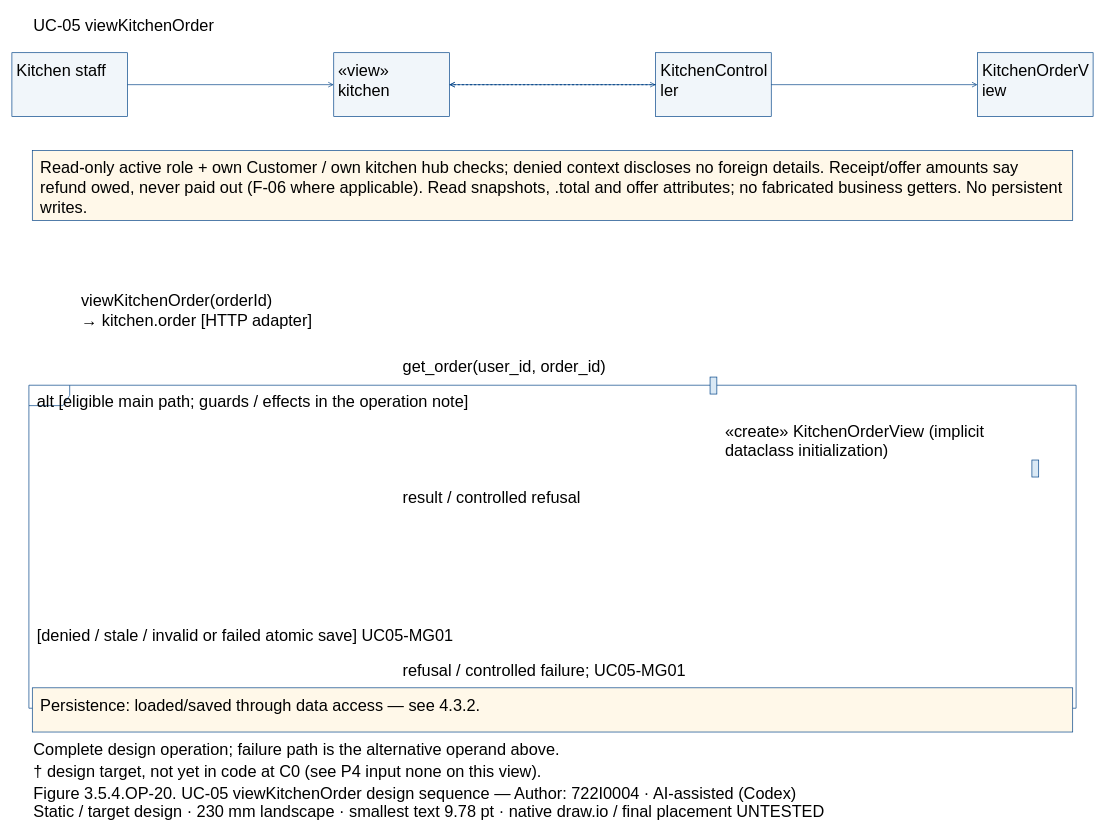
Dat071104/SaigonBite keeps this draw.io diagram as models/UC-05/seq_uc05_viewKitchenOrder.drawio. Above is the earlier version. Source tidied: cells renumbered, new cells numbered last; positions are measured from the earlier drawing's top-left corner, leaving out a move shared by most shapes. Both pictures are drawn from the tidied source at 68%, with x=0, y=0 at pixel (12, 12).
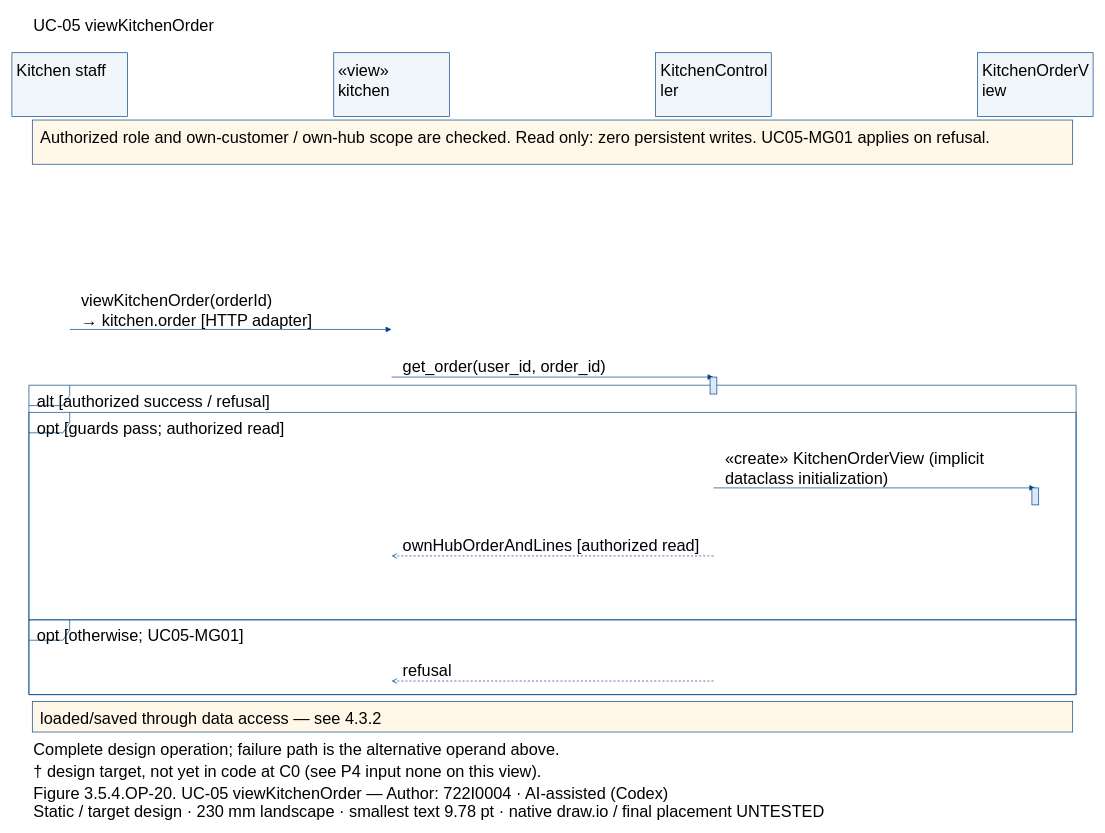
After the change.

The change refers to these unchanged cells:
```xml
<mxCell id="3" style="fillColor=#F1F6FA;strokeColor=#004387;fontFamily=Arial;fontSize=24;whiteSpace=wrap;html=0;" parent="1" vertex="1">
  <mxGeometry y="60" width="170" height="94" as="geometry" />
</mxCell>
<mxCell id="5" style="fillColor=#F1F6FA;strokeColor=#004387;fontFamily=Arial;fontSize=24;whiteSpace=wrap;html=0;" parent="1" vertex="1">
  <mxGeometry x="473.3" y="60" width="170" height="94" as="geometry" />
</mxCell>
<mxCell id="7" style="fillColor=#F1F6FA;strokeColor=#004387;fontFamily=Arial;fontSize=24;whiteSpace=wrap;html=0;" parent="1" vertex="1">
  <mxGeometry x="946.7" y="60" width="170" height="94" as="geometry" />
</mxCell>
<mxCell id="9" style="fillColor=#F1F6FA;strokeColor=#004387;fontFamily=Arial;fontSize=24;whiteSpace=wrap;html=0;" parent="1" vertex="1">
  <mxGeometry x="1420" y="60" width="170" height="94" as="geometry" />
</mxCell>
```

What changed in the source:
```diff
@@
-    <mxCell id="11" style="fillColor=white;strokeColor=#004387;shape=umlFrame;fillColor=none;fontFamily=Arial;fontSize=24;whiteSpace=wrap;html=0;" parent="1" vertex="1">
-      <mxGeometry x="25" y="549" width="1540" height="475" as="geometry" />
-    </mxCell>
-    <mxCell id="12" value="alt [eligible main path; guards / effects in the operation note]" style="text;align=left;verticalAlign=top;strokeColor=none;fillColor=none;fontFamily=Arial;fontSize=24;whiteSpace=wrap;html=0;" parent="1" vertex="1">
-      <mxGeometry x="35" y="552" width="1520" height="27.6" as="geometry" />
-    </mxCell>
-    <mxCell id="13" value="[denied / stale / invalid or failed atomic save] UC05-MG01" style="text;align=left;verticalAlign=top;strokeColor=none;fillColor=none;fontFamily=Arial;fontSize=24;whiteSpace=wrap;html=0;" parent="1" vertex="1">
-      <mxGeometry x="35" y="897" width="1520" height="27.6" as="geometry" />
-    </mxCell>
-    <mxCell id="14" style="fillColor=#FFF8E9;strokeColor=#004387;fontFamily=Arial;fontSize=24;whiteSpace=wrap;html=0;" parent="1" vertex="1">
-      <mxGeometry x="30" y="204" width="1530" height="102.8" as="geometry" />
-    </mxCell>
-    <mxCell id="15" value="Read-only active role + own Customer / own kitchen hub checks; denied context discloses no foreign details. Receipt/offer amounts say&#10;refund owed, never paid out (F-06 where applicable). Read snapshots, .total and offer attributes; no fabricated business getters. No persistent&#10;writes." style="text;align=left;verticalAlign=top;strokeColor=none;fillColor=none;fontFamily=Arial;fontSize=24;whiteSpace=wrap;html=0;" parent="1" vertex="1">
-      <mxGeometry x="40" y="209" width="1510" height="82.8" as="geometry" />
-    </mxCell>
-    <mxCell id="16" style="fillColor=#FFF8E9;strokeColor=#004387;fontFamily=Arial;fontSize=24;whiteSpace=wrap;html=0;" parent="1" vertex="1">
-      <mxGeometry x="30" y="994" width="1530" height="65" as="geometry" />
-    </mxCell>
-    <mxCell id="17" value="Persistence: loaded/saved through data access — see 4.3.2." style="text;align=left;verticalAlign=top;strokeColor=none;fillColor=none;fontFamily=Arial;fontSize=24;whiteSpace=wrap;html=0;" parent="1" vertex="1">
-      <mxGeometry x="40" y="999" width="1510" height="27.6" as="geometry" />
-    </mxCell>
-    <mxCell id="18" style="edgeStyle=none;endArrow=open;strokeColor=#004387;" parent="1" edge="1" source="3" target="5">
-      <mxGeometry relative="1" as="geometry" />
-    </mxCell>
+    <mxCell id="34" style="fillColor=white;strokeColor=#004387;shape=umlFrame;fillColor=none;fontFamily=Arial;fontSize=24;whiteSpace=wrap;html=0;" parent="1" vertex="1">
+      <mxGeometry x="25" y="549" width="1540" height="455" as="geometry" />
+    </mxCell>
+    <mxCell id="35" value="alt [authorized success / refusal]" style="text;align=left;verticalAlign=top;strokeColor=none;fillColor=none;fontFamily=Arial;fontSize=24;whiteSpace=wrap;html=0;" parent="1" vertex="1">
+      <mxGeometry x="35" y="552" width="1520" height="27.6" as="geometry" />
+    </mxCell>
+    <mxCell id="36" style="fillColor=white;strokeColor=#004387;shape=umlFrame;fillColor=none;fontFamily=Arial;fontSize=24;whiteSpace=wrap;html=0;" parent="1" vertex="1">
+      <mxGeometry x="25" y="589" width="1540" height="305" as="geometry" />
+    </mxCell>
+    <mxCell id="37" value="opt [guards pass; authorized read]" style="text;align=left;verticalAlign=top;strokeColor=none;fillColor=none;fontFamily=Arial;fontSize=24;whiteSpace=wrap;html=0;" parent="1" vertex="1">
+      <mxGeometry x="35" y="592" width="1520" height="27.6" as="geometry" />
+    </mxCell>
+    <mxCell id="38" style="fillColor=white;strokeColor=#004387;shape=umlFrame;fillColor=none;fontFamily=Arial;fontSize=24;whiteSpace=wrap;html=0;" parent="1" vertex="1">
+      <mxGeometry x="25" y="894" width="1540" height="110" as="geometry" />
+    </mxCell>
+    <mxCell id="39" value="opt [otherwise; UC05-MG01]" style="text;align=left;verticalAlign=top;strokeColor=none;fillColor=none;fontFamily=Arial;fontSize=24;whiteSpace=wrap;html=0;" parent="1" vertex="1">
+      <mxGeometry x="35" y="897" width="1520" height="27.6" as="geometry" />
+    </mxCell>
+    <mxCell id="40" style="fillColor=#FFF8E9;strokeColor=#004387;fontFamily=Arial;fontSize=24;whiteSpace=wrap;html=0;" parent="1" vertex="1">
+      <mxGeometry x="30" y="159" width="1530" height="65" as="geometry" />
+    </mxCell>
+    <mxCell id="41" value="Authorized role and own-customer / own-hub scope are checked. Read only: zero persistent writes. UC05-MG01 applies on refusal." style="text;align=left;verticalAlign=top;strokeColor=none;fillColor=none;fontFamily=Arial;fontSize=24;whiteSpace=wrap;html=0;" parent="1" vertex="1">
+      <mxGeometry x="40" y="164" width="1510" height="27.6" as="geometry" />
+    </mxCell>
+    <mxCell id="42" style="fillColor=#FFF8E9;strokeColor=#004387;fontFamily=Arial;fontSize=24;whiteSpace=wrap;html=0;" parent="1" vertex="1">
+      <mxGeometry x="30" y="1014" width="1530" height="45" as="geometry" />
+    </mxCell>
+    <mxCell id="43" value="loaded/saved through data access — see 4.3.2" style="text;align=left;verticalAlign=top;strokeColor=none;fillColor=none;fontFamily=Arial;fontSize=24;whiteSpace=wrap;html=0;" parent="1" vertex="1">
+      <mxGeometry x="40" y="1019" width="1510" height="27.6" as="geometry" />
+    </mxCell>
+    <mxCell id="44" style="opacity=0;strokeColor=none;fillColor=none;fontFamily=Arial;fontSize=24;whiteSpace=wrap;html=0;" parent="1" vertex="1">
+      <mxGeometry x="84.5" y="466.5" width="1" height="1" as="geometry" />
+    </mxCell>
+    <mxCell id="45" style="opacity=0;strokeColor=none;fillColor=none;fontFamily=Arial;fontSize=24;whiteSpace=wrap;html=0;" parent="1" vertex="1">
+      <mxGeometry x="557.8" y="466.5" width="1" height="1" as="geometry" />
+    </mxCell>
+    <mxCell id="46" style="edgeStyle=none;endArrow=block;endFill=1;strokeColor=#004387;exitX=0.5;exitY=0.5;exitPerimeter=0;entryX=0.5;entryY=0.5;entryPerimeter=0;" parent="1" edge="1" source="44" target="45">
+      <mxGeometry relative="1" as="geometry" />
+    </mxCell>
@@
-    <mxCell id="20" style="edgeStyle=none;endArrow=open;strokeColor=#004387;" parent="1" edge="1" source="5" target="7">
-      <mxGeometry relative="1" as="geometry" />
-    </mxCell>
+    <mxCell id="47" style="opacity=0;strokeColor=none;fillColor=none;fontFamily=Arial;fontSize=24;whiteSpace=wrap;html=0;" parent="1" vertex="1">
+      <mxGeometry x="557.8" y="536.5" width="1" height="1" as="geometry" />
+    </mxCell>
+    <mxCell id="48" style="opacity=0;strokeColor=none;fillColor=none;fontFamily=Arial;fontSize=24;whiteSpace=wrap;html=0;" parent="1" vertex="1">
+      <mxGeometry x="1031.2" y="536.5" width="1" height="1" as="geometry" />
+    </mxCell>
+    <mxCell id="49" style="edgeStyle=none;endArrow=block;endFill=1;strokeColor=#004387;exitX=0.5;exitY=0.5;exitPerimeter=0;entryX=0.5;entryY=0.5;entryPerimeter=0;" parent="1" edge="1" source="47" target="48">
+      <mxGeometry relative="1" as="geometry" />
+    </mxCell>
@@
-    <mxCell id="22" style="fillColor=#DAE9F5;strokeColor=#004387;fontFamily=Arial;fontSize=24;whiteSpace=wrap;html=0;" parent="1" vertex="1">
-      <mxGeometry x="1026.7" y="537" width="10" height="25" as="geometry" />
-    </mxCell>
-    <mxCell id="23" style="edgeStyle=none;endArrow=open;strokeColor=#004387;" parent="1" edge="1" source="7" target="9">
-      <mxGeometry relative="1" as="geometry" />
-    </mxCell>
+    <mxCell id="25" style="fillColor=#DAE9F5;strokeColor=#004387;fontFamily=Arial;fontSize=24;whiteSpace=wrap;html=0;" parent="1" vertex="1">
+      <mxGeometry x="1026.7" y="537" width="10" height="25" as="geometry" />
+    </mxCell>
+    <mxCell id="50" style="opacity=0;strokeColor=none;fillColor=none;fontFamily=Arial;fontSize=24;whiteSpace=wrap;html=0;" parent="1" vertex="1">
+      <mxGeometry x="1031.2" y="699.5" width="1" height="1" as="geometry" />
+    </mxCell>
+    <mxCell id="51" style="opacity=0;strokeColor=none;fillColor=none;fontFamily=Arial;fontSize=24;whiteSpace=wrap;html=0;" parent="1" vertex="1">
+      <mxGeometry x="1504.5" y="699.5" width="1" height="1" as="geometry" />
+    </mxCell>
+    <mxCell id="52" style="edgeStyle=none;endArrow=block;endFill=1;strokeColor=#004387;exitX=0.5;exitY=0.5;exitPerimeter=0;entryX=0.5;entryY=0.5;entryPerimeter=0;" parent="1" edge="1" source="50" target="51">
+      <mxGeometry relative="1" as="geometry" />
+    </mxCell>
     <mxCell id="24" value="«create» KitchenOrderView (implicit&#10;dataclass initialization)" style="text;align=left;verticalAlign=top;strokeColor=none;fillColor=none;fontFamily=Arial;fontSize=24;whiteSpace=wrap;html=0;" parent="1" vertex="1">
-      <mxGeometry x="1046.7" y="595.8" width="443.3" height="55.2" as="geometry" />
+      <mxGeometry x="1046.7" y="636.8" width="443.3" height="55.2" as="geometry" />
     </mxCell>
-    <mxCell id="25" style="fillColor=#DAE9F5;strokeColor=#004387;fontFamily=Arial;fontSize=24;whiteSpace=wrap;html=0;" parent="1" vertex="1">
-      <mxGeometry x="1500" y="659" width="10" height="25" as="geometry" />
-    </mxCell>
-    <mxCell id="26" style="edgeStyle=none;endArrow=open;dashed=1;strokeColor=#004387;" parent="1" edge="1" source="7" target="5">
-      <mxGeometry relative="1" as="geometry" />
-    </mxCell>
-    <mxCell id="27" value="result / controlled refusal" style="text;align=left;verticalAlign=top;strokeColor=none;fillColor=none;fontFamily=Arial;fontSize=24;whiteSpace=wrap;html=0;" parent="1" vertex="1">
-      <mxGeometry x="573.3" y="693.4" width="443.3" height="27.6" as="geometry" />
-    </mxCell>
-    <mxCell id="28" style="edgeStyle=none;endArrow=open;dashed=1;strokeColor=#004387;" parent="1" edge="1" source="7" target="5">
-      <mxGeometry relative="1" as="geometry" />
-    </mxCell>
-    <mxCell id="29" value="refusal / controlled failure; UC05-MG01" style="text;align=left;verticalAlign=top;strokeColor=none;fillColor=none;fontFamily=Arial;fontSize=24;whiteSpace=wrap;html=0;" parent="1" vertex="1">
-      <mxGeometry x="573.3" y="948.4" width="443.3" height="27.6" as="geometry" />
-    </mxCell>
-    <mxCell id="30" value="Complete design operation; failure path is the alternative operand above." style="text;align=left;verticalAlign=top;strokeColor=none;fillColor=none;fontFamily=Arial;fontSize=24;whiteSpace=wrap;html=0;" parent="1" vertex="1">
-      <mxGeometry x="30" y="1064" width="1530" height="27.6" as="geometry" />
-    </mxCell>
+    <mxCell id="53" style="fillColor=#DAE9F5;strokeColor=#004387;fontFamily=Arial;fontSize=24;whiteSpace=wrap;html=0;" parent="1" vertex="1">
+      <mxGeometry x="1500" y="700" width="10" height="25" as="geometry" />
+    </mxCell>
+    <mxCell id="54" style="opacity=0;strokeColor=none;fillColor=none;fontFamily=Arial;fontSize=24;whiteSpace=wrap;html=0;" parent="1" vertex="1">
+      <mxGeometry x="1031.2" y="799.5" width="1" height="1" as="geometry" />
+    </mxCell>
+    <mxCell id="55" style="opacity=0;strokeColor=none;fillColor=none;fontFamily=Arial;fontSize=24;whiteSpace=wrap;html=0;" parent="1" vertex="1">
+      <mxGeometry x="557.8" y="799.5" width="1" height="1" as="geometry" />
+    </mxCell>
+    <mxCell id="56" style="edgeStyle=none;endArrow=open;endFill=0;dashed=1;strokeColor=#004387;exitX=0.5;exitY=0.5;exitPerimeter=0;entryX=0.5;entryY=0.5;entryPerimeter=0;" parent="1" edge="1" source="54" target="55">
+      <mxGeometry relative="1" as="geometry" />
+    </mxCell>
+    <mxCell id="57" value="ownHubOrderAndLines [authorized read]" style="text;align=left;verticalAlign=top;strokeColor=none;fillColor=none;fontFamily=Arial;fontSize=24;whiteSpace=wrap;html=0;" parent="1" vertex="1">
+      <mxGeometry x="573.3" y="764.4" width="443.3" height="27.6" as="geometry" />
+    </mxCell>
+    <mxCell id="58" style="opacity=0;strokeColor=none;fillColor=none;fontFamily=Arial;fontSize=24;whiteSpace=wrap;html=0;" parent="1" vertex="1">
+      <mxGeometry x="1031.2" y="983.5" width="1" height="1" as="geometry" />
+    </mxCell>
+    <mxCell id="59" style="opacity=0;strokeColor=none;fillColor=none;fontFamily=Arial;fontSize=24;whiteSpace=wrap;html=0;" parent="1" vertex="1">
+      <mxGeometry x="557.8" y="983.5" width="1" height="1" as="geometry" />
+    </mxCell>
+    <mxCell id="60" style="edgeStyle=none;endArrow=open;endFill=0;dashed=1;strokeColor=#004387;exitX=0.5;exitY=0.5;exitPerimeter=0;entryX=0.5;entryY=0.5;entryPerimeter=0;" parent="1" edge="1" source="58" target="59">
+      <mxGeometry relative="1" as="geometry" />
+    </mxCell>
+    <mxCell id="61" value="refusal" style="text;align=left;verticalAlign=top;strokeColor=none;fillColor=none;fontFamily=Arial;fontSize=24;whiteSpace=wrap;html=0;" parent="1" vertex="1">
+      <mxGeometry x="573.3" y="948.4" width="443.3" height="27.6" as="geometry" />
+    </mxCell>
+    <mxCell id="33" value="Complete design operation; failure path is the alternative operand above." style="text;align=left;verticalAlign=top;strokeColor=none;fillColor=none;fontFamily=Arial;fontSize=24;whiteSpace=wrap;html=0;" parent="1" vertex="1">
+      <mxGeometry x="30" y="1064" width="1530" height="27.6" as="geometry" />
+    </mxCell>
@@
-    <mxCell id="32" value="Figure 3.5.4.OP-20. UC-05 viewKitchenOrder design sequence — Author: 722I0004 · AI-assisted (Codex)" style="text;align=left;verticalAlign=top;strokeColor=none;fillColor=none;fontFamily=Arial;fontSize=24;whiteSpace=wrap;html=0;" parent="1" vertex="1">
-      <mxGeometry x="30" y="1129" width="1530" height="27.6" as="geometry" />
-    </mxCell>
-    <mxCell id="33" value="Static / target design · 230 mm landscape · smallest text 9.78 pt · native draw.io / final placement UNTESTED" style="text;align=left;verticalAlign=top;strokeColor=none;fillColor=none;fontFamily=Arial;fontSize=24;whiteSpace=wrap;html=0;" parent="1" vertex="1">
-      <mxGeometry x="30" y="1155" width="1530" height="27.6" as="geometry" />
-    </mxCell>
+    <mxCell id="62" value="Figure 3.5.4.OP-20. UC-05 viewKitchenOrder — Author: 722I0004 · AI-assisted (Codex)" style="text;align=left;verticalAlign=top;strokeColor=none;fillColor=none;fontFamily=Arial;fontSize=24;whiteSpace=wrap;html=0;" parent="1" vertex="1">
+      <mxGeometry x="30" y="1129" width="1530" height="27.6" as="geometry" />
+    </mxCell>
+    <mxCell id="63" value="Static / target design · 230 mm landscape · smallest text 9.78 pt · native draw.io / final placement UNTESTED" style="text;align=left;verticalAlign=top;strokeColor=none;fillColor=none;fontFamily=Arial;fontSize=24;whiteSpace=wrap;html=0;" parent="1" vertex="1">
+      <mxGeometry x="30" y="1155" width="1530" height="27.6" as="geometry" />
+    </mxCell>
```
